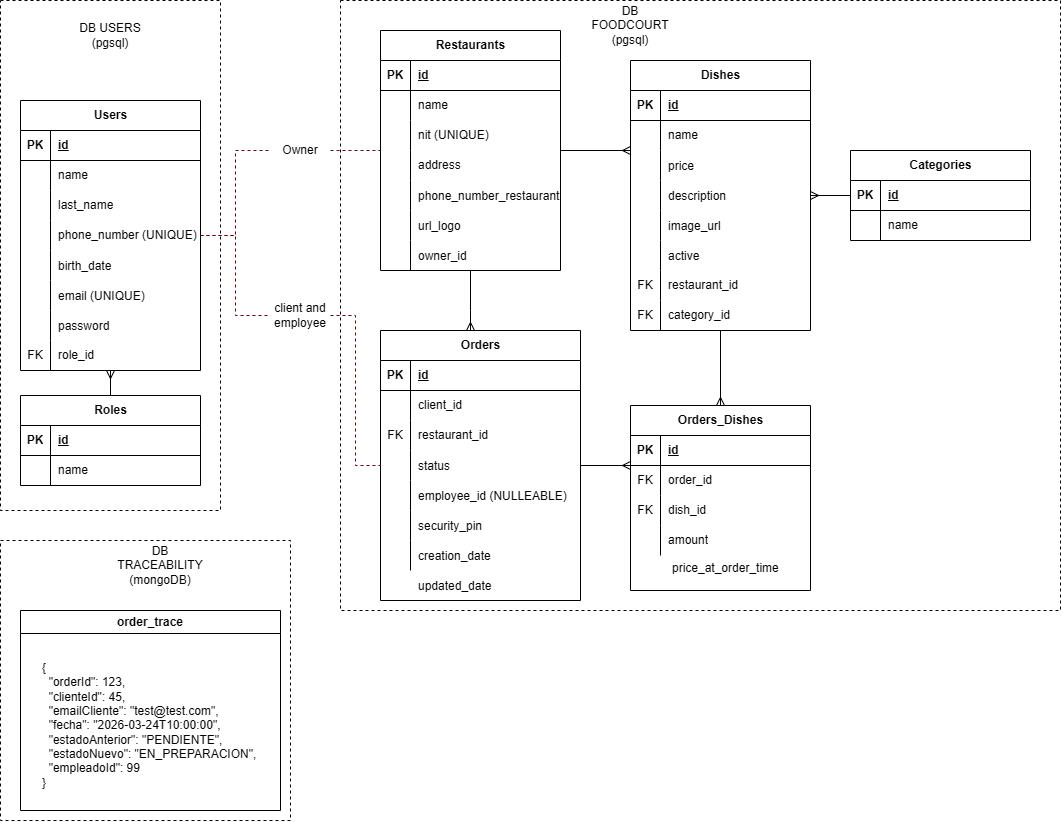
Before: docs/foodcourtDBsDiagram.png, a diagram exported from draw.io (Sebas3004tian/food-court-microservice-foodcourt). Source tidied: cells renumbered, new cells last; positions are measured from the earlier drawing's top-left corner, leaving out a move shared by most shapes.
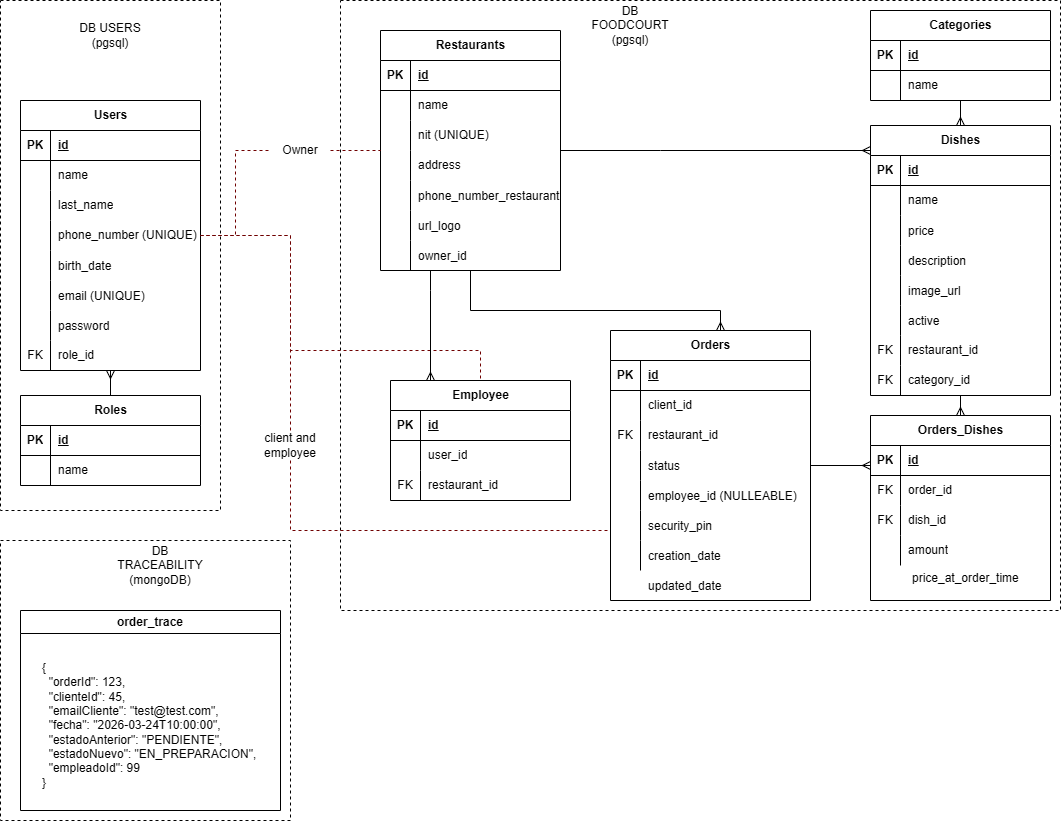
After the commit.

The edit, as a diff of the source:
```diff
@@ -177,7 +177,7 @@
       <mxGeometry x="30" width="150" height="30" as="geometry" />
     </mxCell>
     <mxCell id="60" value="Dishes" style="shape=table;startSize=30;rowLines=0;fontStyle=1;align=center;html=1;" parent="1" vertex="1">
-      <mxGeometry x="630" y="60" width="180" height="270" as="geometry" />
+      <mxGeometry x="870" y="125" width="180" height="270" as="geometry" />
     </mxCell>
     <mxCell id="61" style="shape=tableRow;horizontal=0;startSize=0;swimlaneHead=0;swimlaneBody=0;fillColor=none;top=0;left=0;right=0;bottom=1;" parent="60" vertex="1">
       <mxGeometry y="30" width="180" height="30" as="geometry" />
@@ -255,7 +255,7 @@
       <mxGeometry x="585" width="90" height="50" as="geometry" />
     </mxCell>
     <mxCell id="86" value="Categories" style="shape=table;startSize=30;rowLines=0;fontStyle=1;align=center;html=1;" parent="1" vertex="1">
-      <mxGeometry x="850" y="150" width="180" height="90" as="geometry" />
+      <mxGeometry x="870" y="10" width="180" height="90" as="geometry" />
     </mxCell>
     <mxCell id="87" style="shape=tableRow;horizontal=0;startSize=0;swimlaneHead=0;swimlaneBody=0;fillColor=none;top=0;left=0;right=0;bottom=1;" parent="86" vertex="1">
       <mxGeometry y="30" width="180" height="30" as="geometry" />
@@ -276,7 +276,7 @@
       <mxGeometry x="30" width="150" height="30" as="geometry" />
     </mxCell>
     <mxCell id="93" value="Orders" style="shape=table;startSize=30;rowLines=0;fontStyle=1;align=center;html=1;" parent="1" vertex="1">
-      <mxGeometry x="380" y="330" width="200" height="270" as="geometry" />
+      <mxGeometry x="610" y="330" width="200" height="270" as="geometry" />
     </mxCell>
     <mxCell id="94" style="shape=tableRow;horizontal=0;startSize=0;swimlaneHead=0;swimlaneBody=0;fillColor=none;top=0;left=0;right=0;bottom=1;" parent="93" vertex="1">
       <mxGeometry y="30" width="200" height="30" as="geometry" />
@@ -342,7 +342,7 @@
       <mxGeometry x="30" width="170" height="30" as="geometry" />
     </mxCell>
     <mxCell id="115" value="Orders_Dishes" style="shape=table;startSize=30;rowLines=0;fontStyle=1;align=center;html=1;" parent="1" vertex="1">
-      <mxGeometry x="630" y="405" width="180" height="185" as="geometry" />
+      <mxGeometry x="870" y="415" width="180" height="185" as="geometry" />
     </mxCell>
     <mxCell id="116" style="shape=tableRow;horizontal=0;startSize=0;swimlaneHead=0;swimlaneBody=0;fillColor=none;top=0;left=0;right=0;bottom=1;" parent="115" vertex="1">
       <mxGeometry y="30" width="180" height="30" as="geometry" />
@@ -384,7 +384,7 @@
       <mxGeometry relative="1" as="geometry">
         <Array as="points">
           <mxPoint x="470" y="310" />
-          <mxPoint x="470" y="310" />
+          <mxPoint x="720" y="310" />
         </Array>
       </mxGeometry>
     </mxCell>
@@ -407,20 +407,24 @@
         </Array>
       </mxGeometry>
     </mxCell>
-    <mxCell id="132" style="edgeStyle=entityRelationEdgeStyle;fontSize=12;html=1;endArrow=ERmany;rounded=0;" parent="1" edge="1" source="86" target="60">
+    <mxCell id="132" style="edgeStyle=orthogonalEdgeStyle;fontSize=12;html=1;endArrow=ERmany;rounded=0;" parent="1" edge="1" source="86" target="60">
       <mxGeometry relative="1" as="geometry" />
     </mxCell>
     <mxCell id="133" style="endArrow=none;dashed=1;html=1;rounded=0;edgeStyle=orthogonalEdgeStyle;fillColor=#a20025;strokeColor=light-dark(#6F0000,#3333FF);" parent="1" edge="1" source="138" target="38">
       <mxGeometry relative="1" as="geometry" />
     </mxCell>
     <mxCell id="134" style="endArrow=none;dashed=1;html=1;rounded=0;edgeStyle=orthogonalEdgeStyle;fillColor=#a20025;strokeColor=light-dark(#6F0000,#3333FF);" parent="1" edge="1" source="136" target="93">
-      <mxGeometry relative="1" as="geometry" />
+      <mxGeometry relative="1" as="geometry">
+        <Array as="points">
+          <mxPoint x="290" y="530" />
+        </Array>
+      </mxGeometry>
     </mxCell>
     <mxCell id="135" style="endArrow=none;dashed=1;html=1;rounded=0;edgeStyle=orthogonalEdgeStyle;fillColor=#a20025;strokeColor=light-dark(#6F0000,#3333FF);" parent="1" edge="1" source="4" target="136">
       <mxGeometry relative="1" as="geometry" />
     </mxCell>
     <mxCell id="136" value="client and employee" style="text;html=1;whiteSpace=wrap;strokeColor=none;fillColor=none;align=center;verticalAlign=middle;rounded=0;" parent="1" vertex="1">
-      <mxGeometry x="270" y="300" width="60" height="30" as="geometry" />
+      <mxGeometry x="260" y="430" width="60" height="30" as="geometry" />
     </mxCell>
     <mxCell id="137" style="endArrow=none;dashed=1;html=1;rounded=0;edgeStyle=orthogonalEdgeStyle;fillColor=#a20025;strokeColor=light-dark(#6F0000,#3333FF);" parent="1" edge="1" source="4" target="138">
       <mxGeometry relative="1" as="geometry" />
@@ -441,7 +445,7 @@
       <mxGeometry x="40" y="655" width="240" height="140" as="geometry" />
     </mxCell>
     <mxCell id="143" value="&lt;br&gt;&lt;span&gt;price_at_order_time&lt;/span&gt;" style="text;whiteSpace=wrap;html=1;" parent="1" vertex="1">
-      <mxGeometry x="670" y="540" width="140" height="50" as="geometry" />
+      <mxGeometry x="910" y="550" width="140" height="50" as="geometry" />
     </mxCell>
     <mxCell id="144" style="shape=tableRow;horizontal=0;startSize=0;swimlaneHead=0;swimlaneBody=0;fillColor=none;top=0;left=0;right=0;bottom=0;" parent="1" vertex="1">
       <mxGeometry x="380" y="570" width="200" height="30" as="geometry" />
@@ -449,8 +453,55 @@
     <mxCell id="145" style="shape=partialRectangle;fillColor=none;top=0;left=0;bottom=0;right=0;overflow=hidden;" parent="144" vertex="1">
       <mxGeometry width="30" height="30" as="geometry" />
     </mxCell>
-    <mxCell id="146" value="updated_date" style="shape=partialRectangle;fillColor=none;top=0;left=0;bottom=0;right=0;align=left;spacingLeft=6;overflow=hidden;" parent="144" vertex="1">
-      <mxGeometry x="30" width="170" height="30" as="geometry" />
+    <mxCell id="146" value="updated_date" style="shape=partialRectangle;fillColor=none;top=0;left=0;bottom=0;right=0;align=left;spacingLeft=6;overflow=hidden;" parent="1" vertex="1">
+      <mxGeometry x="640" y="570" width="170" height="30" as="geometry" />
     </mxCell>
+    <mxCell id="147" value="&lt;span class=&quot;ͼt&quot;&gt;Employee&lt;/span&gt;" style="shape=table;startSize=30;rowLines=0;fontStyle=1;align=center;html=1;" parent="1" vertex="1">
+      <mxGeometry x="390" y="380" width="180" height="120" as="geometry" />
+    </mxCell>
+    <mxCell id="148" style="shape=tableRow;horizontal=0;startSize=0;swimlaneHead=0;swimlaneBody=0;fillColor=none;top=0;left=0;right=0;bottom=1;" parent="147" vertex="1">
+      <mxGeometry y="30" width="180" height="30" as="geometry" />
+    </mxCell>
+    <mxCell id="149" value="PK" style="shape=partialRectangle;fillColor=none;top=0;left=0;bottom=0;right=0;fontStyle=1;overflow=hidden;whiteSpace=wrap;html=1;" parent="148" vertex="1">
+      <mxGeometry width="30" height="30" as="geometry" />
+    </mxCell>
+    <mxCell id="150" value="id" style="shape=partialRectangle;fillColor=none;top=0;left=0;bottom=0;right=0;align=left;spacingLeft=6;fontStyle=5;overflow=hidden;whiteSpace=wrap;html=1;" parent="148" vertex="1">
+      <mxGeometry x="30" width="150" height="30" as="geometry" />
+    </mxCell>
+    <mxCell id="151" style="shape=tableRow;horizontal=0;startSize=0;swimlaneHead=0;swimlaneBody=0;fillColor=none;top=0;left=0;right=0;bottom=0;" parent="147" vertex="1">
+      <mxGeometry y="60" width="180" height="30" as="geometry" />
+    </mxCell>
+    <mxCell id="152" style="shape=partialRectangle;fillColor=none;top=0;left=0;bottom=0;right=0;overflow=hidden;whiteSpace=wrap;html=1;" parent="151" vertex="1">
+      <mxGeometry width="30" height="30" as="geometry" />
+    </mxCell>
+    <mxCell id="153" value="user_id" style="shape=partialRectangle;fillColor=none;top=0;left=0;bottom=0;right=0;align=left;spacingLeft=6;overflow=hidden;whiteSpace=wrap;html=1;" parent="151" vertex="1">
+      <mxGeometry x="30" width="150" height="30" as="geometry" />
+    </mxCell>
+    <mxCell id="154" style="shape=tableRow;horizontal=0;startSize=0;swimlaneHead=0;swimlaneBody=0;fillColor=none;top=0;left=0;right=0;bottom=0;" parent="147" vertex="1">
+      <mxGeometry y="90" width="180" height="30" as="geometry" />
+    </mxCell>
+    <mxCell id="155" value="FK" style="shape=partialRectangle;fillColor=none;top=0;left=0;bottom=0;right=0;overflow=hidden;whiteSpace=wrap;html=1;" parent="154" vertex="1">
+      <mxGeometry width="30" height="30" as="geometry" />
+    </mxCell>
+    <mxCell id="156" value="restaurant_id" style="shape=partialRectangle;fillColor=none;top=0;left=0;bottom=0;right=0;align=left;spacingLeft=6;overflow=hidden;whiteSpace=wrap;html=1;" parent="154" vertex="1">
+      <mxGeometry x="30" width="150" height="30" as="geometry" />
+    </mxCell>
+    <mxCell id="157" style="endArrow=none;dashed=1;html=1;rounded=0;edgeStyle=orthogonalEdgeStyle;fillColor=#a20025;strokeColor=light-dark(#6F0000,#3333FF);" parent="1" edge="1" source="4" target="147">
+      <mxGeometry relative="1" as="geometry">
+        <Array as="points">
+          <mxPoint x="290" y="235" />
+          <mxPoint x="290" y="350" />
+          <mxPoint x="480" y="350" />
+        </Array>
+      </mxGeometry>
+    </mxCell>
+    <mxCell id="158" style="edgeStyle=orthogonalEdgeStyle;fontSize=12;html=1;endArrow=ERmany;rounded=0;" parent="1" edge="1" source="38" target="147">
+      <mxGeometry relative="1" as="geometry">
+        <Array as="points">
+          <mxPoint x="430" y="290" />
+          <mxPoint x="430" y="290" />
+        </Array>
+      </mxGeometry>
+    </mxCell>
   </root>
 </mxGraphModel>
```
